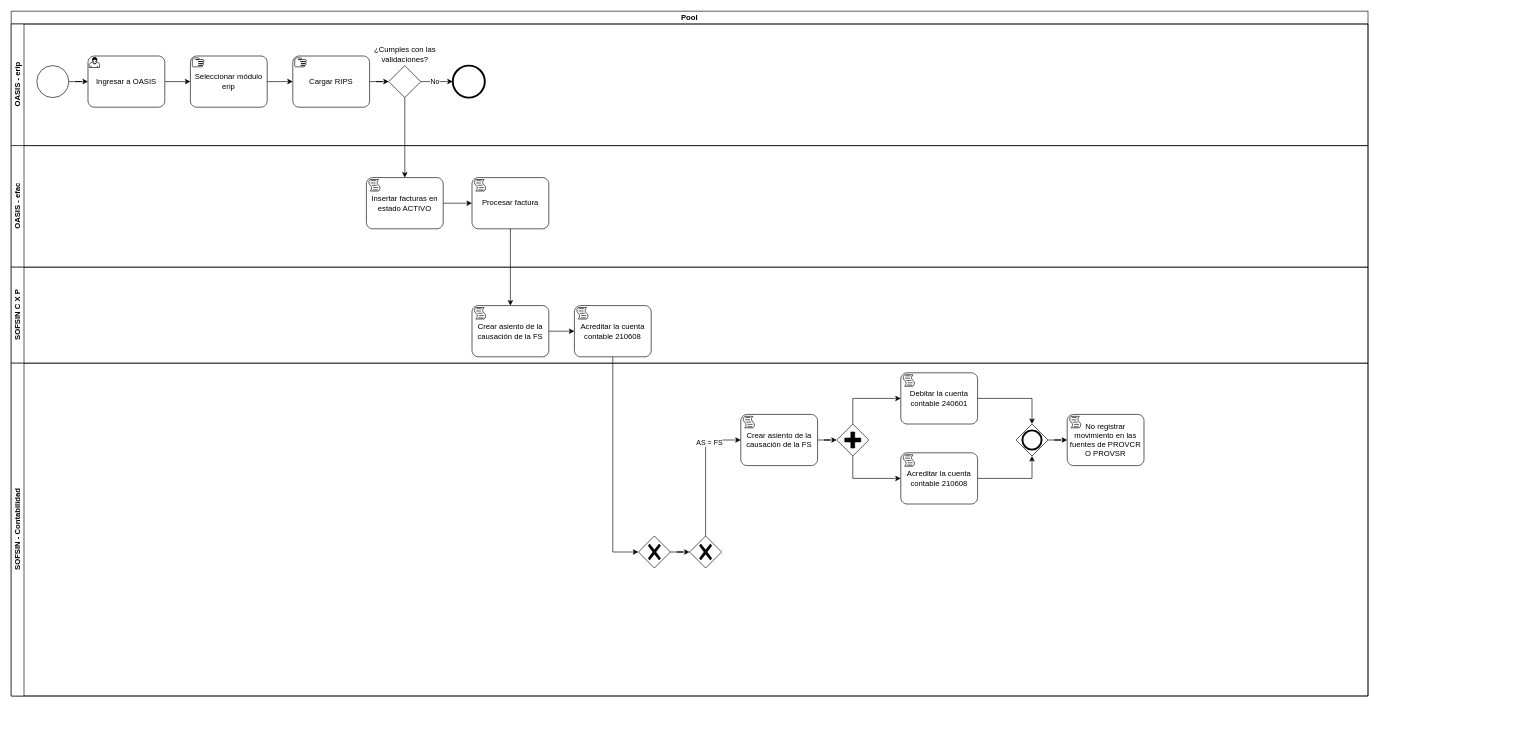
The draw.io diagram Reversión reserva técnica.drawio in kevinjporto/Diagramas-de-procesos, before the edit. Source tidied: cells renumbered, new cells numbered last; positions are measured from the earlier drawing's top-left corner, leaving out a move shared by most shapes. Both pictures are drawn from the tidied source at 64%, with x=0, y=0 at pixel (11, 11).
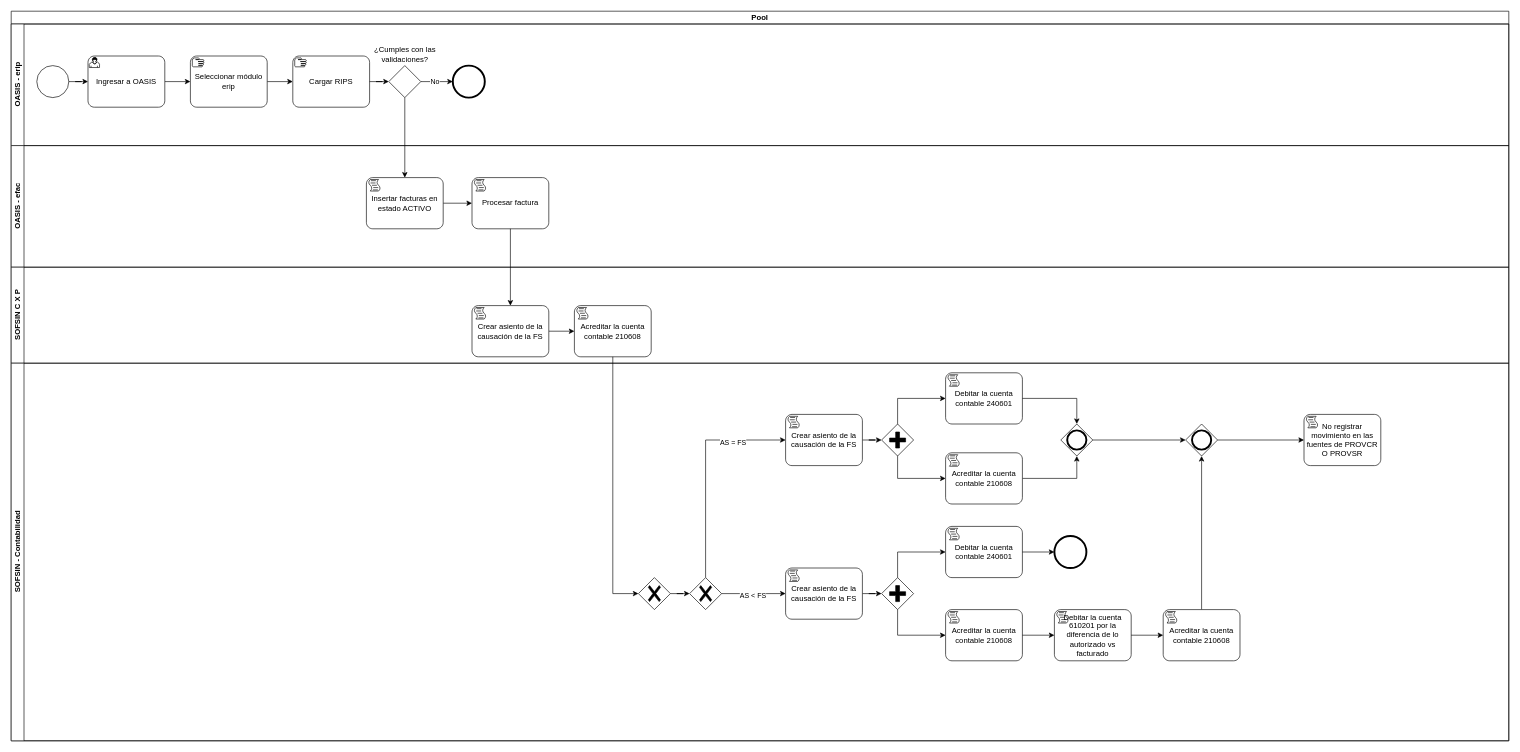
The same diagram, later.

Unchanged cells that the change refers to:
```xml
<mxCell id="23" value="Acreditar la cuenta contable 210608" style="points=[[0.25,0,0],[0.5,0,0],[0.75,0,0],[1,0.25,0],[1,0.5,0],[1,0.75,0],[0.75,1,0],[0.5,1,0],[0.25,1,0],[0,0.75,0],[0,0.5,0],[0,0.25,0]];shape=mxgraph.bpmn.task;whiteSpace=wrap;rectStyle=rounded;size=10;html=1;taskMarker=script;" parent="20" vertex="1">
  <mxGeometry x="880" y="60" width="120" height="80" as="geometry" />
</mxCell>
```

The edit, as a diff of the source:
```diff
@@
     <mxCell id="2" value="Pool" style="swimlane;html=1;horizontal=1;startSize=20;whiteSpace=wrap;" parent="1" vertex="1">
-      <mxGeometry width="2120" height="1070" as="geometry" />
+      <mxGeometry width="2340" height="1140" as="geometry" />
     </mxCell>
     <mxCell id="3" value="OASIS - erip" style="swimlane;html=1;startSize=20;horizontal=0;verticalAlign=middle;" parent="2" vertex="1">
-      <mxGeometry y="20" width="2120" height="190" as="geometry" />
+      <mxGeometry y="20" width="2340" height="190" as="geometry" />
     </mxCell>
@@
     <mxCell id="16" value="OASIS - efac" style="swimlane;html=1;startSize=20;horizontal=0;" parent="2" vertex="1">
-      <mxGeometry y="210" width="2120" height="190" as="geometry" />
+      <mxGeometry y="210" width="2340" height="190" as="geometry" />
     </mxCell>
@@
     <mxCell id="20" value="SOFSIN C X P" style="swimlane;html=1;startSize=20;horizontal=0;" parent="2" vertex="1">
-      <mxGeometry y="400" width="2120" height="150" as="geometry" />
+      <mxGeometry y="400" width="2340" height="150" as="geometry" />
     </mxCell>
@@
+    <mxCell id="44" style="edgeStyle=orthogonalEdgeStyle;rounded=0;jettySize=auto;html=1;entryX=0;entryY=0.5;entryDx=0;entryDy=0;entryPerimeter=0;" parent="2" edge="1" source="23" target="32">
+      <mxGeometry relative="1" as="geometry" />
+    </mxCell>
     <mxCell id="26" value="SOFSIN - Contabilidad" style="swimlane;html=1;startSize=20;horizontal=0;" parent="2" vertex="1">
-      <mxGeometry y="550" width="2120" height="520" as="geometry" />
+      <mxGeometry y="550" width="2340" height="590" as="geometry" />
     </mxCell>
@@
     <mxCell id="29" value="Crear asiento de la causación de la FS" style="points=[[0.25,0,0],[0.5,0,0],[0.75,0,0],[1,0.25,0],[1,0.5,0],[1,0.75,0],[0.75,1,0],[0.5,1,0],[0.25,1,0],[0,0.75,0],[0,0.5,0],[0,0.25,0]];shape=mxgraph.bpmn.task;whiteSpace=wrap;rectStyle=rounded;size=10;html=1;taskMarker=script;" parent="26" vertex="1">
-      <mxGeometry x="1140" y="80" width="120" height="80" as="geometry" />
+      <mxGeometry x="1210" y="80" width="120" height="80" as="geometry" />
     </mxCell>
@@
     <mxCell id="32" style="points=[[0.25,0.25,0],[0.5,0,0],[0.75,0.25,0],[1,0.5,0],[0.75,0.75,0],[0.5,1,0],[0.25,0.75,0],[0,0.5,0]];shape=mxgraph.bpmn.gateway2;html=1;verticalLabelPosition=bottom;labelBackgroundColor=#ffffff;verticalAlign=top;align=center;perimeter=rhombusPerimeter;outlineConnect=0;outline=none;symbol=none;gwType=exclusive;" parent="26" vertex="1">
-      <mxGeometry x="980" y="270" width="50" height="50" as="geometry" />
+      <mxGeometry x="980" y="335" width="50" height="50" as="geometry" />
     </mxCell>
     <mxCell id="33" style="points=[[0.25,0.25,0],[0.5,0,0],[0.75,0.25,0],[1,0.5,0],[0.75,0.75,0],[0.5,1,0],[0.25,0.75,0],[0,0.5,0]];shape=mxgraph.bpmn.gateway2;html=1;verticalLabelPosition=bottom;labelBackgroundColor=#ffffff;verticalAlign=top;align=center;perimeter=rhombusPerimeter;outlineConnect=0;outline=none;symbol=none;gwType=exclusive;" parent="26" vertex="1">
-      <mxGeometry x="1060" y="270" width="50" height="50" as="geometry" />
+      <mxGeometry x="1060" y="335" width="50" height="50" as="geometry" />
     </mxCell>
@@
     <mxCell id="35" style="points=[[0.25,0.25,0],[0.5,0,0],[0.75,0.25,0],[1,0.5,0],[0.75,0.75,0],[0.5,1,0],[0.25,0.75,0],[0,0.5,0]];shape=mxgraph.bpmn.gateway2;html=1;verticalLabelPosition=bottom;labelBackgroundColor=#ffffff;verticalAlign=top;align=center;perimeter=rhombusPerimeter;outlineConnect=0;outline=none;symbol=none;gwType=parallel;" parent="26" vertex="1">
-      <mxGeometry x="1290" y="95" width="50" height="50" as="geometry" />
+      <mxGeometry x="1360" y="95" width="50" height="50" as="geometry" />
     </mxCell>
     <mxCell id="36" value="Debitar la cuenta contable 240601" style="points=[[0.25,0,0],[0.5,0,0],[0.75,0,0],[1,0.25,0],[1,0.5,0],[1,0.75,0],[0.75,1,0],[0.5,1,0],[0.25,1,0],[0,0.75,0],[0,0.5,0],[0,0.25,0]];shape=mxgraph.bpmn.task;whiteSpace=wrap;rectStyle=rounded;size=10;html=1;taskMarker=script;" parent="26" vertex="1">
-      <mxGeometry x="1390" y="15" width="120" height="80" as="geometry" />
+      <mxGeometry x="1460" y="15" width="120" height="80" as="geometry" />
     </mxCell>
@@
     <mxCell id="38" value="Acreditar la cuenta contable 210608" style="points=[[0.25,0,0],[0.5,0,0],[0.75,0,0],[1,0.25,0],[1,0.5,0],[1,0.75,0],[0.75,1,0],[0.5,1,0],[0.25,1,0],[0,0.75,0],[0,0.5,0],[0,0.25,0]];shape=mxgraph.bpmn.task;whiteSpace=wrap;rectStyle=rounded;size=10;html=1;taskMarker=script;" parent="26" vertex="1">
-      <mxGeometry x="1390" y="140" width="120" height="80" as="geometry" />
+      <mxGeometry x="1460" y="140" width="120" height="80" as="geometry" />
     </mxCell>
@@
     <mxCell id="40" style="points=[[0.25,0.25,0],[0.5,0,0],[0.75,0.25,0],[1,0.5,0],[0.75,0.75,0],[0.5,1,0],[0.25,0.75,0],[0,0.5,0]];shape=mxgraph.bpmn.gateway2;html=1;verticalLabelPosition=bottom;labelBackgroundColor=#ffffff;verticalAlign=top;align=center;perimeter=rhombusPerimeter;outlineConnect=0;outline=end;symbol=general;" parent="26" vertex="1">
-      <mxGeometry x="1570" y="95" width="50" height="50" as="geometry" />
+      <mxGeometry x="1640" y="95" width="50" height="50" as="geometry" />
     </mxCell>
@@
     <mxCell id="42" value="No registrar movimiento en las fuentes de PROVCR O PROVSR" style="points=[[0.25,0,0],[0.5,0,0],[0.75,0,0],[1,0.25,0],[1,0.5,0],[1,0.75,0],[0.75,1,0],[0.5,1,0],[0.25,1,0],[0,0.75,0],[0,0.5,0],[0,0.25,0]];shape=mxgraph.bpmn.task;whiteSpace=wrap;rectStyle=rounded;size=10;html=1;taskMarker=script;" parent="26" vertex="1">
-      <mxGeometry x="1650" y="80" width="120" height="80" as="geometry" />
+      <mxGeometry x="2020" y="80" width="120" height="80" as="geometry" />
     </mxCell>
-    <mxCell id="43" style="edgeStyle=orthogonalEdgeStyle;rounded=0;jettySize=auto;html=1;" parent="26" edge="1" source="40" target="42">
+    <mxCell id="43" style="edgeStyle=orthogonalEdgeStyle;rounded=0;jettySize=auto;html=1;" parent="26" edge="1" source="62" target="42">
       <mxGeometry relative="1" as="geometry" />
     </mxCell>
-    <mxCell id="44" style="edgeStyle=orthogonalEdgeStyle;rounded=0;jettySize=auto;html=1;entryX=0;entryY=0.5;entryDx=0;entryDy=0;entryPerimeter=0;" parent="2" edge="1" source="23" target="32">
-      <mxGeometry relative="1" as="geometry" />
-    </mxCell>
+    <mxCell id="45" style="edgeStyle=orthogonalEdgeStyle;rounded=0;jettySize=auto;html=1;" parent="26" edge="1" source="46" target="49">
+      <mxGeometry relative="1" as="geometry" />
+    </mxCell>
+    <mxCell id="46" value="Crear asiento de la causación de la FS" style="points=[[0.25,0,0],[0.5,0,0],[0.75,0,0],[1,0.25,0],[1,0.5,0],[1,0.75,0],[0.75,1,0],[0.5,1,0],[0.25,1,0],[0,0.75,0],[0,0.5,0],[0,0.25,0]];shape=mxgraph.bpmn.task;whiteSpace=wrap;rectStyle=rounded;size=10;html=1;taskMarker=script;" parent="26" vertex="1">
+      <mxGeometry x="1210" y="320" width="120" height="80" as="geometry" />
+    </mxCell>
+    <mxCell id="47" style="edgeStyle=orthogonalEdgeStyle;rounded=0;jettySize=auto;html=1;" parent="26" edge="1" source="33" target="46">
+      <mxGeometry relative="1" as="geometry" />
+    </mxCell>
+    <mxCell id="48" value="AS &amp;lt; FS" style="edgeLabel;html=1;align=center;verticalAlign=middle;" parent="47" vertex="1">
+      <mxGeometry x="-0.05" y="-2" relative="1" as="geometry" />
+    </mxCell>
+    <mxCell id="49" style="points=[[0.25,0.25,0],[0.5,0,0],[0.75,0.25,0],[1,0.5,0],[0.75,0.75,0],[0.5,1,0],[0.25,0.75,0],[0,0.5,0]];shape=mxgraph.bpmn.gateway2;html=1;verticalLabelPosition=bottom;labelBackgroundColor=#ffffff;verticalAlign=top;align=center;perimeter=rhombusPerimeter;outlineConnect=0;outline=none;symbol=none;gwType=parallel;" parent="26" vertex="1">
+      <mxGeometry x="1360" y="335" width="50" height="50" as="geometry" />
+    </mxCell>
+    <mxCell id="50" value="Debitar la cuenta contable 240601" style="points=[[0.25,0,0],[0.5,0,0],[0.75,0,0],[1,0.25,0],[1,0.5,0],[1,0.75,0],[0.75,1,0],[0.5,1,0],[0.25,1,0],[0,0.75,0],[0,0.5,0],[0,0.25,0]];shape=mxgraph.bpmn.task;whiteSpace=wrap;rectStyle=rounded;size=10;html=1;taskMarker=script;" parent="26" vertex="1">
+      <mxGeometry x="1460" y="255" width="120" height="80" as="geometry" />
+    </mxCell>
+    <mxCell id="51" style="edgeStyle=orthogonalEdgeStyle;rounded=0;jettySize=auto;html=1;entryX=0;entryY=0.5;entryDx=0;entryDy=0;entryPerimeter=0;exitX=0.5;exitY=0;exitDx=0;exitDy=0;exitPerimeter=0;" parent="26" edge="1" source="49" target="50">
+      <mxGeometry relative="1" as="geometry" />
+    </mxCell>
+    <mxCell id="52" style="points=[[0.145,0.145,0],[0.5,0,0],[0.855,0.145,0],[1,0.5,0],[0.855,0.855,0],[0.5,1,0],[0.145,0.855,0],[0,0.5,0]];shape=mxgraph.bpmn.event;html=1;verticalLabelPosition=bottom;labelBackgroundColor=#ffffff;verticalAlign=top;align=center;perimeter=ellipsePerimeter;outlineConnect=0;outline=end;symbol=terminate2;" parent="26" vertex="1">
+      <mxGeometry x="1630" y="270" width="50" height="50" as="geometry" />
+    </mxCell>
+    <mxCell id="53" style="edgeStyle=orthogonalEdgeStyle;rounded=0;jettySize=auto;html=1;" parent="26" edge="1" source="50" target="52">
+      <mxGeometry relative="1" as="geometry" />
+    </mxCell>
+    <mxCell id="54" value="Acreditar la cuenta contable 210608" style="points=[[0.25,0,0],[0.5,0,0],[0.75,0,0],[1,0.25,0],[1,0.5,0],[1,0.75,0],[0.75,1,0],[0.5,1,0],[0.25,1,0],[0,0.75,0],[0,0.5,0],[0,0.25,0]];shape=mxgraph.bpmn.task;whiteSpace=wrap;rectStyle=rounded;size=10;html=1;taskMarker=script;" parent="26" vertex="1">
+      <mxGeometry x="1460" y="385" width="120" height="80" as="geometry" />
+    </mxCell>
+    <mxCell id="55" style="edgeStyle=orthogonalEdgeStyle;rounded=0;jettySize=auto;html=1;entryX=0;entryY=0.5;entryDx=0;entryDy=0;entryPerimeter=0;exitX=0.5;exitY=1;exitDx=0;exitDy=0;exitPerimeter=0;" parent="26" edge="1" source="49" target="54">
+      <mxGeometry relative="1" as="geometry" />
+    </mxCell>
+    <mxCell id="56" value="Debitar la cuenta 610201 por la diferencia de lo autorizado vs facturado" style="points=[[0.25,0,0],[0.5,0,0],[0.75,0,0],[1,0.25,0],[1,0.5,0],[1,0.75,0],[0.75,1,0],[0.5,1,0],[0.25,1,0],[0,0.75,0],[0,0.5,0],[0,0.25,0]];shape=mxgraph.bpmn.task;whiteSpace=wrap;rectStyle=rounded;size=10;html=1;taskMarker=script;" parent="26" vertex="1">
+      <mxGeometry x="1630" y="385" width="120" height="80" as="geometry" />
+    </mxCell>
+    <mxCell id="57" style="edgeStyle=orthogonalEdgeStyle;rounded=0;jettySize=auto;html=1;" parent="26" edge="1" source="54" target="56">
+      <mxGeometry relative="1" as="geometry" />
+    </mxCell>
+    <mxCell id="58" style="edgeStyle=orthogonalEdgeStyle;rounded=0;jettySize=auto;html=1;" parent="26" edge="1" source="59" target="62">
+      <mxGeometry relative="1" as="geometry" />
+    </mxCell>
+    <mxCell id="59" value="Acreditar la cuenta contable 210608" style="points=[[0.25,0,0],[0.5,0,0],[0.75,0,0],[1,0.25,0],[1,0.5,0],[1,0.75,0],[0.75,1,0],[0.5,1,0],[0.25,1,0],[0,0.75,0],[0,0.5,0],[0,0.25,0]];shape=mxgraph.bpmn.task;whiteSpace=wrap;rectStyle=rounded;size=10;html=1;taskMarker=script;" parent="26" vertex="1">
+      <mxGeometry x="1800" y="385" width="120" height="80" as="geometry" />
+    </mxCell>
+    <mxCell id="60" style="edgeStyle=orthogonalEdgeStyle;rounded=0;jettySize=auto;html=1;" parent="26" edge="1" source="56" target="59">
+      <mxGeometry relative="1" as="geometry" />
+    </mxCell>
+    <mxCell id="61" style="edgeStyle=orthogonalEdgeStyle;rounded=0;jettySize=auto;html=1;" parent="26" edge="1" source="40" target="62">
+      <mxGeometry relative="1" as="geometry" />
+    </mxCell>
+    <mxCell id="62" style="points=[[0.25,0.25,0],[0.5,0,0],[0.75,0.25,0],[1,0.5,0],[0.75,0.75,0],[0.5,1,0],[0.25,0.75,0],[0,0.5,0]];shape=mxgraph.bpmn.gateway2;html=1;verticalLabelPosition=bottom;labelBackgroundColor=#ffffff;verticalAlign=top;align=center;perimeter=rhombusPerimeter;outlineConnect=0;outline=end;symbol=general;" parent="26" vertex="1">
+      <mxGeometry x="1835" y="95" width="50" height="50" as="geometry" />
+    </mxCell>
```
